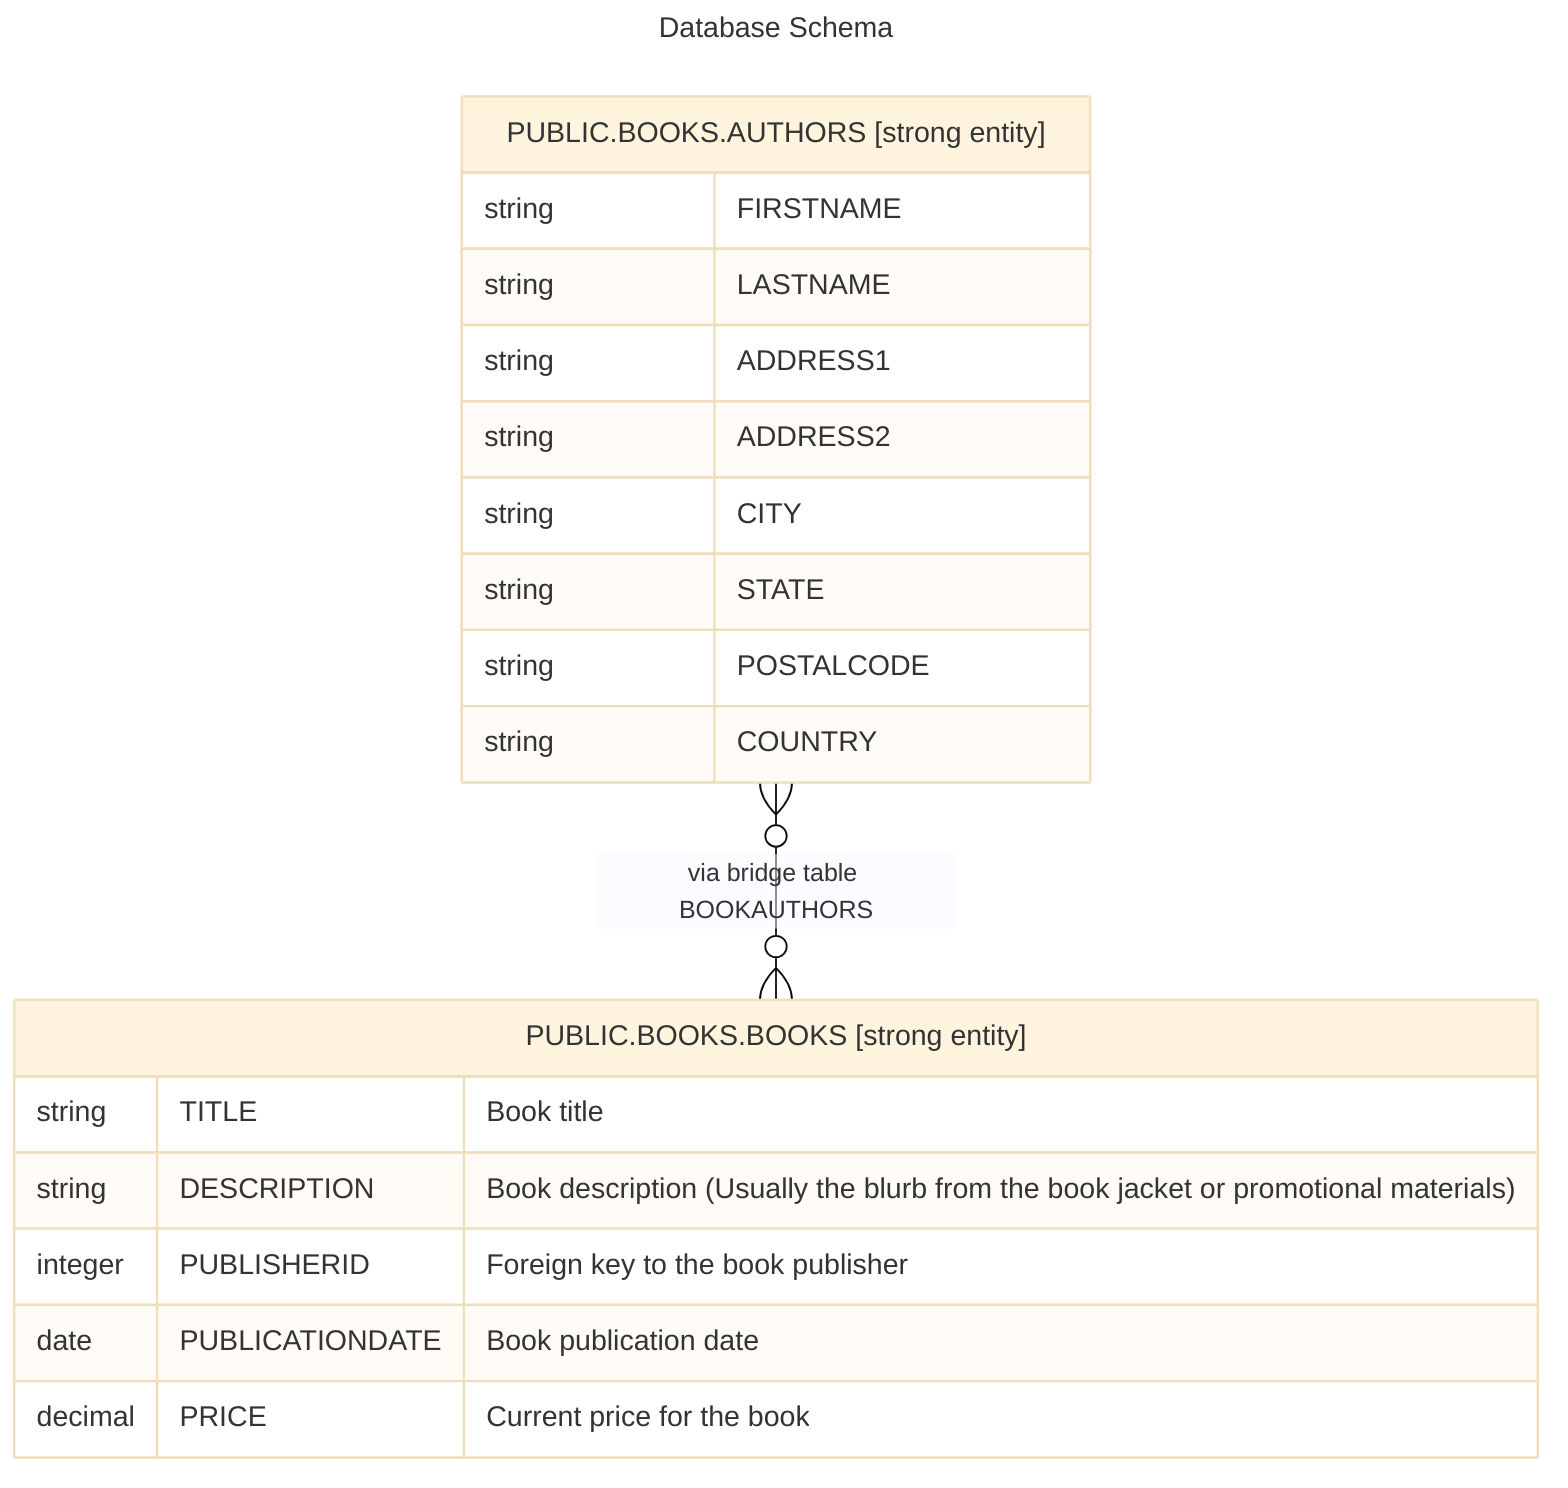
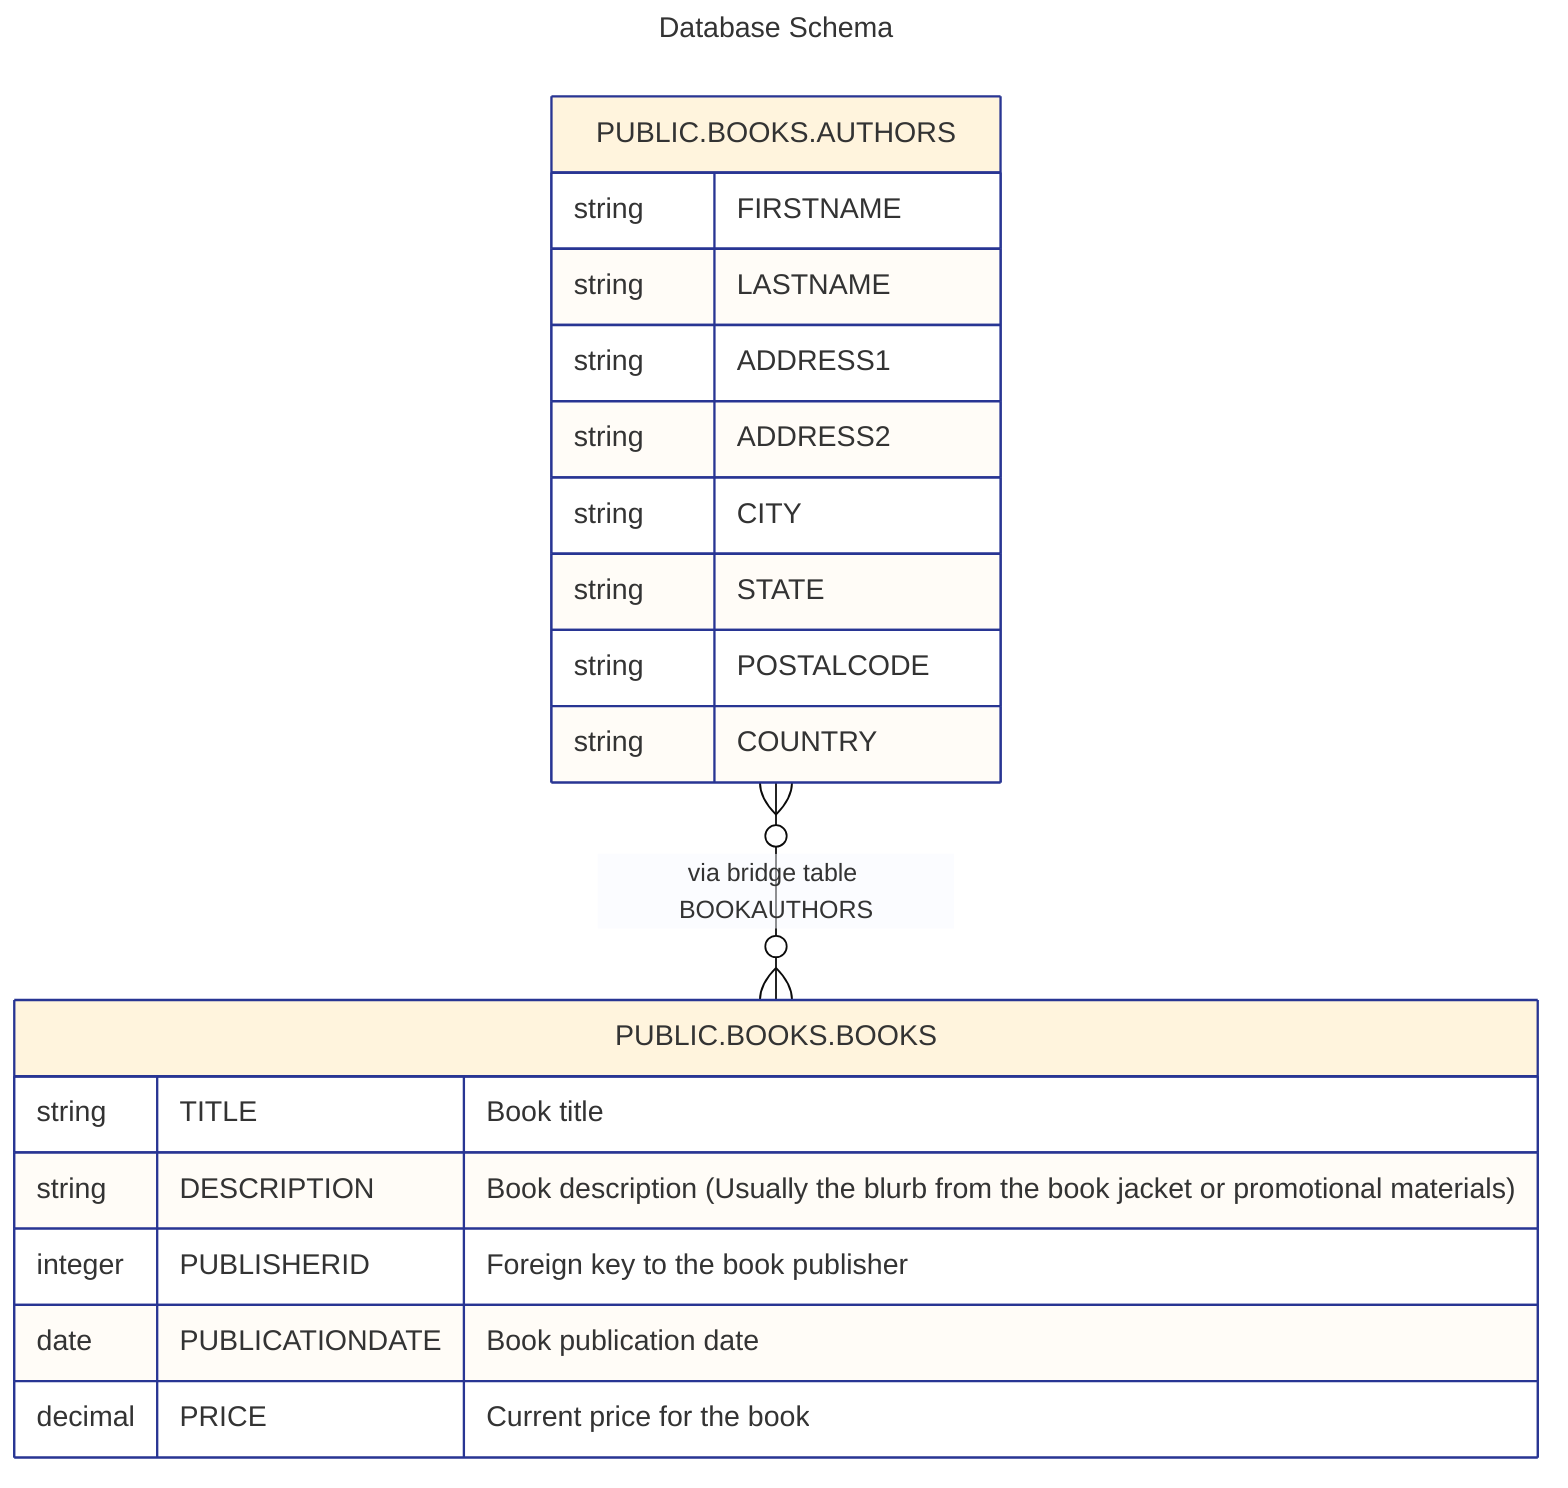
---
title: "Database Schema"
config:
  theme: base
---
erDiagram

-   "PUBLIC.BOOKS.AUTHORS [strong entity]" {
+   classDef strong_entity stroke:#283593;
+   classDef subtype stroke:#1976D2;
+   classDef weak_entity stroke:#1976D2;
+   classDef unknown stroke:#AAAAAA;
+   classDef non_entity stroke:#AAAAAA;
+ 
+   "PUBLIC.BOOKS.AUTHORS":::strong_entity {
    string FIRSTNAME
    string LASTNAME
    string ADDRESS1
    string ADDRESS2
    string CITY
    string STATE
    string POSTALCODE
    string COUNTRY
  }

-   "PUBLIC.BOOKS.BOOKS [strong entity]" {
+   "PUBLIC.BOOKS.BOOKS":::strong_entity {
    string TITLE "Book title"
    string DESCRIPTION "Book description (Usually the blurb from the book jacket or promotional materials)"
    integer PUBLISHERID "Foreign key to the book publisher"
    date PUBLICATIONDATE "Book publication date"
    decimal PRICE "Current price for the book"
  }

-   "PUBLIC.BOOKS.AUTHORS [strong entity]" }o--o{ "PUBLIC.BOOKS.BOOKS [strong entity]" : "via bridge table BOOKAUTHORS"+   "PUBLIC.BOOKS.AUTHORS" }o--o{ "PUBLIC.BOOKS.BOOKS" : "via bridge table BOOKAUTHORS"